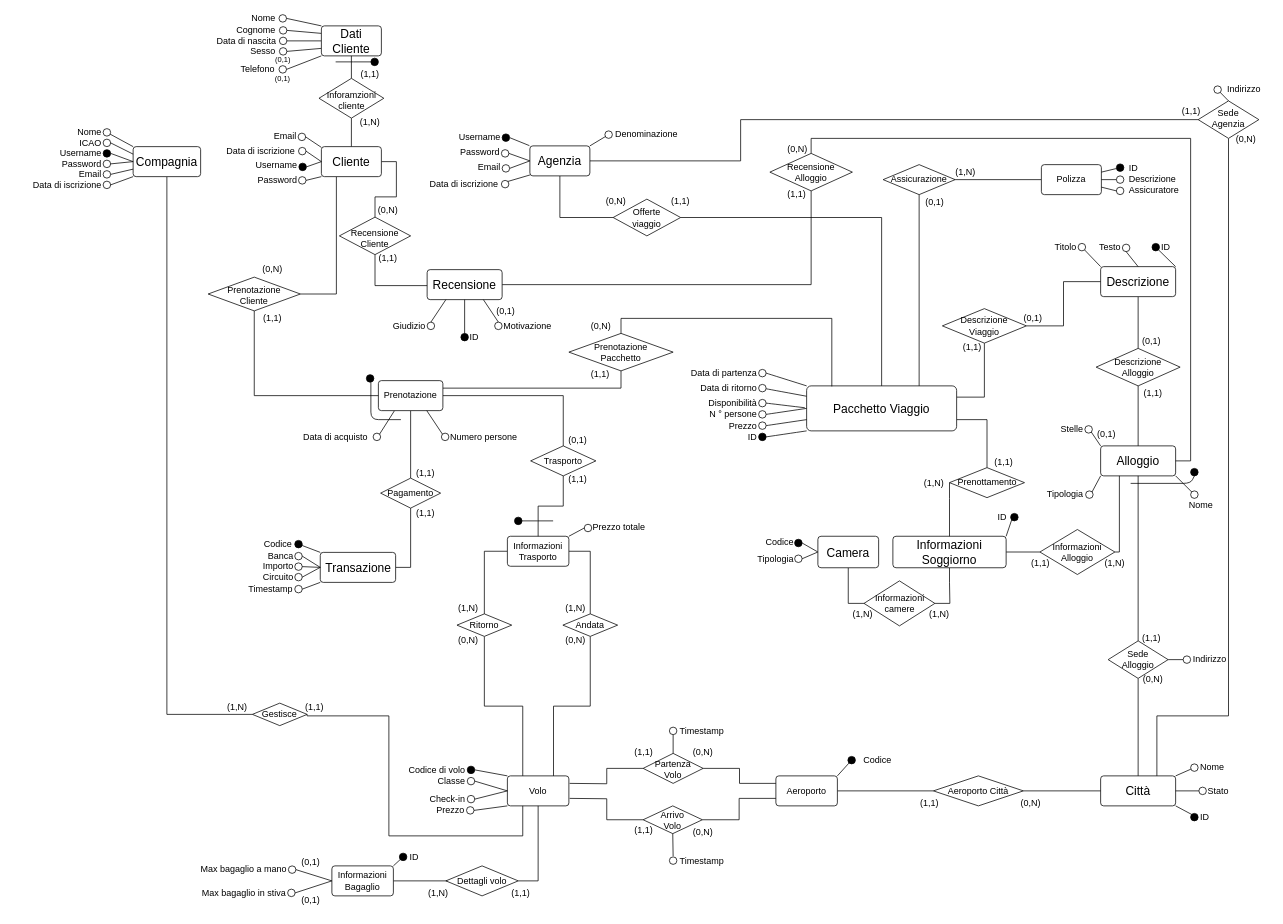
This is page "ER - Logico" (2 of 3) of E-R/E-R.drawio from bustre/Easy-travel, a draw.io file, before an edit. Source tidied: cells renumbered, new cells numbered last; positions are measured from the earlier drawing's top-left corner, leaving out a move shared by most shapes. Both pictures are drawn from the tidied source at 75%, with x=0, y=0 at pixel (13, 14).
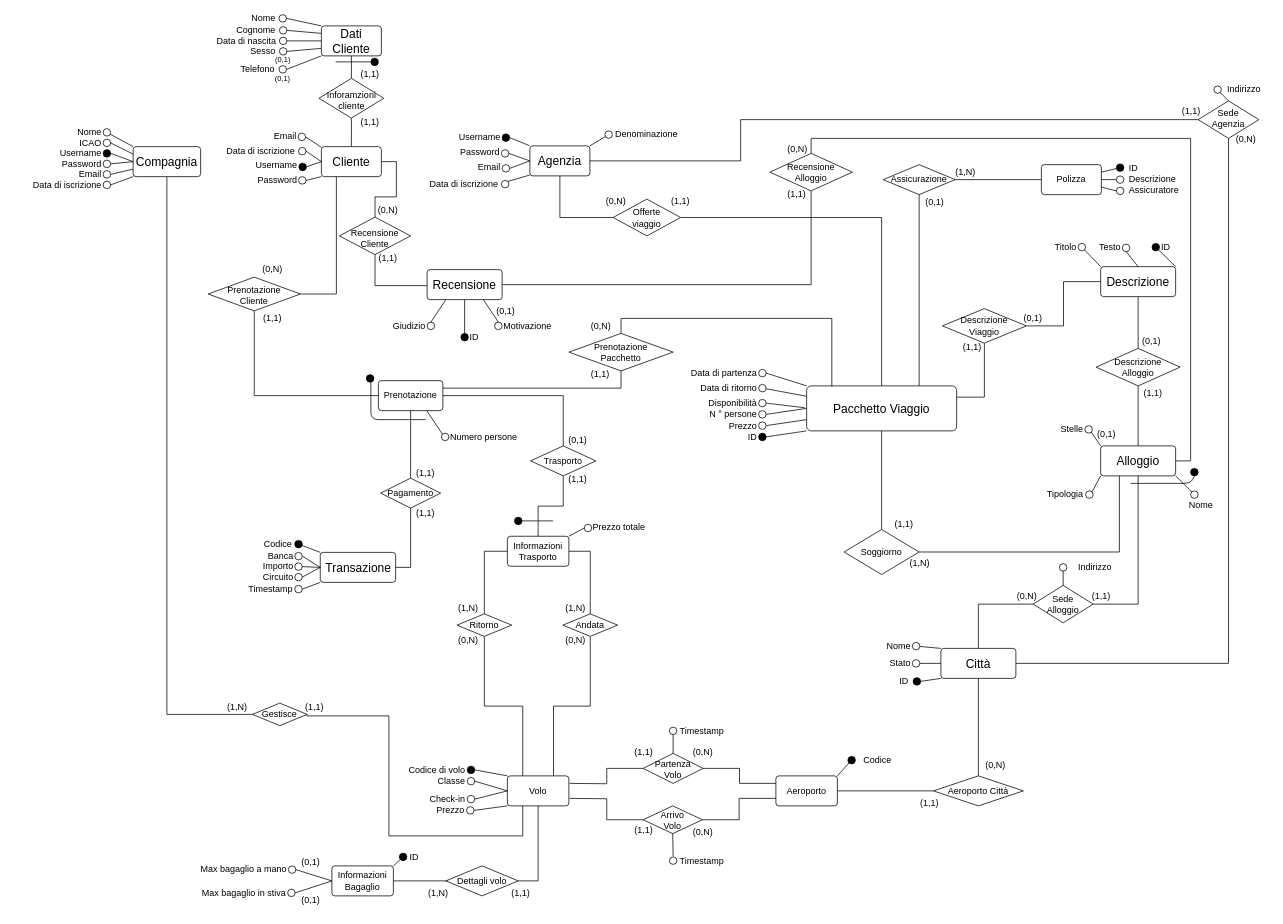
After the change.

Unchanged cells that the change refers to:
```xml
<mxCell id="5" value="Pacchetto Viaggio" style="rounded=1;arcSize=10;whiteSpace=wrap;align=center;fontSize=16;" parent="1" vertex="1">
  <mxGeometry x="1058" y="495" width="200" height="60" as="geometry" />
</mxCell>
<mxCell id="27" value="Alloggio" style="rounded=1;arcSize=10;whiteSpace=wrap;align=center;fontSize=16;" parent="1" vertex="1">
  <mxGeometry x="1450" y="575" width="100" height="40" as="geometry" />
</mxCell>
<mxCell id="83" value="Prenotazione" style="rounded=1;arcSize=10;whiteSpace=wrap;align=center;" parent="1" vertex="1">
  <mxGeometry x="487" y="488" width="86" height="40" as="geometry" />
</mxCell>
<mxCell id="111" value="Sede &#10;Agenzia" style="shape=rhombus;perimeter=rhombusPerimeter;whiteSpace=wrap;align=center;fontSize=12;spacingTop=-4;" parent="1" vertex="1">
  <mxGeometry x="1580" y="115" width="81" height="50" as="geometry" />
</mxCell>
<mxCell id="238" value="Aeroporto&amp;nbsp;Città" style="shape=rhombus;perimeter=rhombusPerimeter;whiteSpace=wrap;html=1;align=center;" parent="1" vertex="1">
  <mxGeometry x="1227" y="1015" width="120" height="40" as="geometry" />
</mxCell>
```

Diff of the diagram source:
```diff
@@
-    <mxCell id="4" style="edgeStyle=orthogonalEdgeStyle;rounded=0;jettySize=auto;exitX=1;exitY=0.75;exitDx=0;exitDy=0;endArrow=none;endFill=0;" parent="1" edge="1" source="5" target="210">
+    <mxCell id="4" style="edgeStyle=orthogonalEdgeStyle;rounded=0;jettySize=auto;exitX=0.5;exitY=1;exitDx=0;exitDy=0;endArrow=none;endFill=0;entryX=0.5;entryY=0;entryDx=0;entryDy=0;" parent="1" edge="1" source="5" target="214">
       <mxGeometry relative="1" as="geometry" />
     </mxCell>
@@
     <mxCell id="24" value="Città" style="rounded=1;arcSize=10;whiteSpace=wrap;align=center;fontSize=16;" parent="1" vertex="1">
-      <mxGeometry x="1450" y="1015" width="100" height="40" as="geometry" />
+      <mxGeometry x="1237" y="845" width="100" height="40" as="geometry" />
     </mxCell>
@@
-    <mxCell id="32" style="edgeStyle=orthogonalEdgeStyle;rounded=0;jettySize=auto;exitX=0.5;exitY=0;exitDx=0;exitDy=0;entryX=0.5;entryY=1;entryDx=0;entryDy=0;endArrow=none;endFill=0;" parent="1" edge="1" source="34" target="27">
+    <mxCell id="32" style="edgeStyle=orthogonalEdgeStyle;rounded=0;jettySize=auto;exitX=1;exitY=0.5;exitDx=0;exitDy=0;entryX=0.5;entryY=1;entryDx=0;entryDy=0;endArrow=none;endFill=0;" parent="1" edge="1" source="34" target="27">
       <mxGeometry relative="1" as="geometry" />
     </mxCell>
-    <mxCell id="33" style="edgeStyle=orthogonalEdgeStyle;rounded=0;jettySize=auto;exitX=0.5;exitY=1;exitDx=0;exitDy=0;endArrow=none;endFill=0;" parent="1" edge="1" source="34" target="24">
+    <mxCell id="33" style="edgeStyle=orthogonalEdgeStyle;rounded=0;jettySize=auto;exitX=0;exitY=0.5;exitDx=0;exitDy=0;endArrow=none;endFill=0;" parent="1" edge="1" source="34" target="24">
       <mxGeometry relative="1" as="geometry" />
     </mxCell>
     <mxCell id="34" value="Sede&#10;Alloggio" style="shape=rhombus;perimeter=rhombusPerimeter;whiteSpace=wrap;align=center;fontSize=12;" parent="1" vertex="1">
-      <mxGeometry x="1460" y="835" width="80" height="50" as="geometry" />
+      <mxGeometry x="1360" y="761" width="80" height="50" as="geometry" />
     </mxCell>
@@
-    <mxCell id="57" style="endArrow=none;rounded=0;exitX=1;exitY=0;exitDx=0;exitDy=0;entryX=0.25;entryY=1;entryDx=0;entryDy=0;" parent="1" edge="1" source="58" target="83">
-      <mxGeometry relative="1" as="geometry" />
-    </mxCell>
-    <mxCell id="58" style="ellipse;whiteSpace=wrap;fillColor=none;" parent="1" vertex="1">
-      <mxGeometry x="480" y="558" width="10" height="10" as="geometry" />
-    </mxCell>
-    <mxCell id="59" value="Data di acquisto" style="text;strokeColor=none;fillColor=none;align=left;verticalAlign=middle;whiteSpace=wrap;rounded=0;" parent="1" vertex="1">
-      <mxGeometry x="385.2" y="558" width="100" height="10" as="geometry" />
-    </mxCell>
@@
-    <mxCell id="110" style="edgeStyle=orthogonalEdgeStyle;rounded=0;jettySize=auto;exitX=0.5;exitY=1;exitDx=0;exitDy=0;entryX=0.75;entryY=0;entryDx=0;entryDy=0;endArrow=none;endFill=0;" parent="1" edge="1" source="111" target="24">
+    <mxCell id="110" style="edgeStyle=orthogonalEdgeStyle;rounded=0;jettySize=auto;exitX=0.5;exitY=1;exitDx=0;exitDy=0;entryX=1;entryY=0.5;entryDx=0;entryDy=0;endArrow=none;endFill=0;" parent="1" edge="1" source="111" target="24">
       <mxGeometry relative="1" as="geometry">
         <Array as="points">
-          <mxPoint x="1621" y="935" />
-          <mxPoint x="1525" y="935" />
+          <mxPoint x="1620" y="865" />
         </Array>
       </mxGeometry>
     </mxCell>
@@
     <mxCell id="126" value="(1,1)" style="text;strokeColor=none;fillColor=none;align=center;verticalAlign=middle;whiteSpace=wrap;rounded=0;" parent="1" vertex="1">
-      <mxGeometry x="1488" y="817" width="60" height="30" as="geometry" />
+      <mxGeometry x="1421" y="761" width="60" height="30" as="geometry" />
     </mxCell>
     <mxCell id="127" value="(0,N)" style="text;strokeColor=none;fillColor=none;align=center;verticalAlign=middle;whiteSpace=wrap;rounded=0;" parent="1" vertex="1">
-      <mxGeometry x="1490" y="871" width="60" height="30" as="geometry" />
+      <mxGeometry x="1322" y="761" width="60" height="30" as="geometry" />
     </mxCell>
@@
-    <mxCell id="165" style="endArrow=none;rounded=0;exitX=1;exitY=0;exitDx=0;exitDy=0;" parent="1" edge="1" source="24" target="166">
+    <mxCell id="165" style="endArrow=none;rounded=0;exitX=0;exitY=0;exitDx=0;exitDy=0;" parent="1" edge="1" source="24" target="166">
       <mxGeometry relative="1" as="geometry" />
     </mxCell>
     <mxCell id="166" style="ellipse;whiteSpace=wrap;" parent="1" vertex="1">
-      <mxGeometry x="1570" y="999" width="10" height="10" as="geometry" />
+      <mxGeometry x="1199" y="837" width="10" height="10" as="geometry" />
     </mxCell>
     <mxCell id="167" style="ellipse;whiteSpace=wrap;" parent="1" vertex="1">
-      <mxGeometry x="1581" y="1030" width="10" height="10" as="geometry" />
+      <mxGeometry x="1199" y="860" width="10" height="10" as="geometry" />
     </mxCell>
     <mxCell id="168" style="ellipse;whiteSpace=wrap;fillColor=#000000;" parent="1" vertex="1">
-      <mxGeometry x="1570" y="1065" width="10" height="10" as="geometry" />
+      <mxGeometry x="1200" y="884" width="10" height="10" as="geometry" />
     </mxCell>
-    <mxCell id="169" value="ID" style="text;strokeColor=none;fillColor=none;align=left;verticalAlign=middle;whiteSpace=wrap;rounded=0;" parent="1" vertex="1">
-      <mxGeometry x="1581" y="1065" width="50" height="10" as="geometry" />
+    <mxCell id="169" value="ID" style="text;strokeColor=none;fillColor=none;align=right;verticalAlign=middle;whiteSpace=wrap;rounded=0;" parent="1" vertex="1">
+      <mxGeometry x="1146" y="884" width="50" height="10" as="geometry" />
     </mxCell>
-    <mxCell id="170" value="Stato" style="text;strokeColor=none;fillColor=none;align=left;verticalAlign=middle;whiteSpace=wrap;rounded=0;" parent="1" vertex="1">
-      <mxGeometry x="1591" y="1030" width="50" height="10" as="geometry" />
+    <mxCell id="170" value="Stato" style="text;strokeColor=none;fillColor=none;align=right;verticalAlign=middle;whiteSpace=wrap;rounded=0;" parent="1" vertex="1">
+      <mxGeometry x="1149" y="860" width="50" height="10" as="geometry" />
     </mxCell>
-    <mxCell id="171" value="Nome" style="text;strokeColor=none;fillColor=none;align=left;verticalAlign=middle;whiteSpace=wrap;rounded=0;" parent="1" vertex="1">
-      <mxGeometry x="1581" y="999" width="50" height="10" as="geometry" />
+    <mxCell id="171" value="Nome" style="text;strokeColor=none;fillColor=none;align=right;verticalAlign=middle;whiteSpace=wrap;rounded=0;" parent="1" vertex="1">
+      <mxGeometry x="1149" y="837" width="50" height="10" as="geometry" />
     </mxCell>
-    <mxCell id="172" style="endArrow=none;rounded=0;exitX=1;exitY=1;exitDx=0;exitDy=0;entryX=0;entryY=0;entryDx=0;entryDy=0;" parent="1" edge="1" source="24" target="168">
+    <mxCell id="172" style="endArrow=none;rounded=0;exitX=0;exitY=1;exitDx=0;exitDy=0;entryX=1;entryY=0.5;entryDx=0;entryDy=0;" parent="1" edge="1" source="24" target="168">
       <mxGeometry relative="1" as="geometry" />
     </mxCell>
-    <mxCell id="173" style="endArrow=none;rounded=0;exitX=1;exitY=0.5;exitDx=0;exitDy=0;entryX=0;entryY=0.5;entryDx=0;entryDy=0;" parent="1" edge="1" source="24" target="167">
+    <mxCell id="173" style="endArrow=none;rounded=0;exitX=0;exitY=0.5;exitDx=0;exitDy=0;entryX=1;entryY=0.5;entryDx=0;entryDy=0;" parent="1" edge="1" source="24" target="167">
       <mxGeometry relative="1" as="geometry" />
     </mxCell>
@@
     <mxCell id="181" style="ellipse;whiteSpace=wrap;fillColor=none;" parent="1" vertex="1">
-      <mxGeometry x="1560" y="855" width="10" height="10" as="geometry" />
+      <mxGeometry x="1395" y="732" width="10" height="10" as="geometry" />
     </mxCell>
     <mxCell id="182" value="Indirizzo" style="text;strokeColor=none;fillColor=none;align=right;verticalAlign=middle;whiteSpace=wrap;rounded=0;" parent="1" vertex="1">
-      <mxGeometry x="1560" y="852" width="60" height="16" as="geometry" />
+      <mxGeometry x="1407" y="729" width="60" height="16" as="geometry" />
     </mxCell>
-    <mxCell id="183" style="endArrow=none;rounded=0;entryX=1;entryY=0.5;entryDx=0;entryDy=0;exitX=0;exitY=0.5;exitDx=0;exitDy=0;" parent="1" edge="1" source="182" target="34">
+    <mxCell id="183" style="endArrow=none;rounded=0;entryX=0.5;entryY=0;entryDx=0;entryDy=0;exitX=0.5;exitY=1;exitDx=0;exitDy=0;" parent="1" edge="1" source="181" target="34">
       <mxGeometry relative="1" as="geometry" />
     </mxCell>
-    <mxCell id="184" value="Codice" style="text;strokeColor=none;fillColor=none;align=right;verticalAlign=middle;whiteSpace=wrap;rounded=0;" parent="1" vertex="1">
-      <mxGeometry x="983" y="695.5" width="60" height="16" as="geometry" />
-    </mxCell>
@@
-    <mxCell id="194" style="ellipse;whiteSpace=wrap;fillColor=#000000;" parent="1" vertex="1">
-      <mxGeometry x="1042" y="699.5" width="10" height="10" as="geometry" />
-    </mxCell>
-    <mxCell id="195" value="Tipologia" style="text;strokeColor=none;fillColor=none;align=right;verticalAlign=middle;whiteSpace=wrap;rounded=0;" parent="1" vertex="1">
-      <mxGeometry x="983" y="717.5" width="60" height="16" as="geometry" />
-    </mxCell>
@@
-    <mxCell id="200" style="rounded=0;jettySize=auto;entryX=1;entryY=0.5;entryDx=0;entryDy=0;endArrow=none;endFill=0;exitX=0;exitY=0.5;exitDx=0;exitDy=0;" parent="1" edge="1" source="203" target="194">
-      <mxGeometry relative="1" as="geometry" />
-    </mxCell>
-    <mxCell id="201" style="rounded=0;jettySize=auto;exitX=0;exitY=0.5;exitDx=0;exitDy=0;entryX=1;entryY=0.5;entryDx=0;entryDy=0;endArrow=none;endFill=0;" parent="1" edge="1" source="203" target="204">
-      <mxGeometry relative="1" as="geometry" />
-    </mxCell>
-    <mxCell id="202" style="edgeStyle=orthogonalEdgeStyle;rounded=0;jettySize=auto;exitX=0.5;exitY=1;exitDx=0;exitDy=0;entryX=0;entryY=0.5;entryDx=0;entryDy=0;endArrow=none;endFill=0;" parent="1" edge="1" source="203" target="212">
-      <mxGeometry relative="1" as="geometry" />
-    </mxCell>
-    <mxCell id="203" value="Camera" style="rounded=1;arcSize=10;whiteSpace=wrap;align=center;fontSize=16;" parent="1" vertex="1">
-      <mxGeometry x="1073" y="695.5" width="81" height="42" as="geometry" />
-    </mxCell>
-    <mxCell id="204" style="ellipse;whiteSpace=wrap;fillColor=none;" parent="1" vertex="1">
-      <mxGeometry x="1042" y="720.5" width="10" height="10" as="geometry" />
-    </mxCell>
-    <mxCell id="205" style="edgeStyle=orthogonalEdgeStyle;rounded=0;jettySize=auto;exitX=1;exitY=0.5;exitDx=0;exitDy=0;entryX=0;entryY=0.5;entryDx=0;entryDy=0;endArrow=none;endFill=0;" parent="1" edge="1" source="208" target="214">
-      <mxGeometry relative="1" as="geometry" />
-    </mxCell>
-    <mxCell id="206" style="edgeStyle=orthogonalEdgeStyle;rounded=0;jettySize=auto;html=1;exitX=0.5;exitY=1;exitDx=0;exitDy=0;entryX=1;entryY=0.5;entryDx=0;entryDy=0;endArrow=none;endFill=0;" parent="1" edge="1" source="208" target="212">
-      <mxGeometry relative="1" as="geometry" />
-    </mxCell>
-    <mxCell id="207" style="rounded=0;jettySize=auto;html=1;exitX=1;exitY=0;exitDx=0;exitDy=0;entryX=0;entryY=1;entryDx=0;entryDy=0;endArrow=none;endFill=0;" parent="1" edge="1" source="208" target="221">
-      <mxGeometry relative="1" as="geometry" />
-    </mxCell>
-    <mxCell id="208" value="Informazioni&#10;Soggiorno" style="rounded=1;arcSize=10;whiteSpace=wrap;align=center;fontSize=16;" parent="1" vertex="1">
-      <mxGeometry x="1173" y="695.5" width="151" height="42" as="geometry" />
-    </mxCell>
-    <mxCell id="209" style="edgeStyle=orthogonalEdgeStyle;rounded=0;jettySize=auto;exitX=0;exitY=0.5;exitDx=0;exitDy=0;endArrow=none;endFill=0;" parent="1" edge="1" source="210" target="208">
-      <mxGeometry relative="1" as="geometry">
-        <Array as="points">
-          <mxPoint x="1249" y="645" />
-          <mxPoint x="1249" y="645" />
-        </Array>
-      </mxGeometry>
-    </mxCell>
-    <mxCell id="210" value="Prenottamento" style="shape=rhombus;perimeter=rhombusPerimeter;whiteSpace=wrap;align=center;" parent="1" vertex="1">
-      <mxGeometry x="1248.5" y="604" width="100" height="40" as="geometry" />
-    </mxCell>
@@
-    <mxCell id="212" value="Informazioni&#10;camere" style="shape=rhombus;perimeter=rhombusPerimeter;whiteSpace=wrap;align=center;fontSize=12;" parent="1" vertex="1">
-      <mxGeometry x="1134.5" y="755" width="94.5" height="60" as="geometry" />
-    </mxCell>
@@
-    <mxCell id="214" value="Informazioni&#10;Alloggio" style="shape=rhombus;perimeter=rhombusPerimeter;whiteSpace=wrap;align=center;" parent="1" vertex="1">
-      <mxGeometry x="1369" y="686.5" width="100" height="60" as="geometry" />
+    <mxCell id="214" value="Soggiorno" style="shape=rhombus;perimeter=rhombusPerimeter;whiteSpace=wrap;align=center;" parent="1" vertex="1">
+      <mxGeometry x="1108" y="686.5" width="100" height="60" as="geometry" />
     </mxCell>
-    <mxCell id="215" value="(1,N)" style="text;strokeColor=none;fillColor=none;align=center;verticalAlign=middle;whiteSpace=wrap;rounded=0;fontSize=12;fontColor=default;" parent="1" vertex="1">
-      <mxGeometry x="1214" y="793" width="42" height="14" as="geometry" />
-    </mxCell>
-    <mxCell id="216" value="(1,N)" style="text;strokeColor=none;fillColor=none;align=center;verticalAlign=middle;whiteSpace=wrap;rounded=0;fontSize=12;fontColor=default;" parent="1" vertex="1">
-      <mxGeometry x="1112" y="792.5" width="42" height="14" as="geometry" />
-    </mxCell>
     <mxCell id="217" value="(1,1)" style="text;strokeColor=none;fillColor=none;align=center;verticalAlign=middle;whiteSpace=wrap;rounded=0;fontSize=12;fontColor=#000000;" parent="1" vertex="1">
-      <mxGeometry x="1349" y="723.5" width="42" height="14" as="geometry" />
+      <mxGeometry x="1167" y="672.5" width="42" height="14" as="geometry" />
     </mxCell>
     <mxCell id="218" value="(1,N)" style="text;strokeColor=none;fillColor=none;align=center;verticalAlign=middle;whiteSpace=wrap;rounded=0;fontSize=12;fontColor=default;" parent="1" vertex="1">
-      <mxGeometry x="1448" y="725" width="42" height="14" as="geometry" />
+      <mxGeometry x="1188" y="725" width="42" height="14" as="geometry" />
     </mxCell>
-    <mxCell id="219" value="(1,N)" style="text;strokeColor=none;fillColor=none;align=center;verticalAlign=middle;whiteSpace=wrap;rounded=0;fontSize=12;fontColor=#000000;" parent="1" vertex="1">
-      <mxGeometry x="1206.5" y="618" width="42" height="14" as="geometry" />
-    </mxCell>
-    <mxCell id="220" value="(1,1)" style="text;strokeColor=none;fillColor=none;align=center;verticalAlign=middle;whiteSpace=wrap;rounded=0;fontSize=12;fontColor=#000000;" parent="1" vertex="1">
-      <mxGeometry x="1300" y="590" width="42" height="14" as="geometry" />
-    </mxCell>
-    <mxCell id="221" style="ellipse;whiteSpace=wrap;fillColor=#000000;" parent="1" vertex="1">
-      <mxGeometry x="1330" y="665" width="10" height="10" as="geometry" />
-    </mxCell>
     <mxCell id="222" style="endArrow=none;rounded=1;" parent="1" edge="1">
       <mxGeometry relative="1" as="geometry">
-        <mxPoint x="517" y="540" as="sourcePoint" />
+        <mxPoint x="550" y="540" as="sourcePoint" />
         <mxPoint x="477" y="490" as="targetPoint" />
         <Array as="points">
           <mxPoint x="477" y="540" />
         </Array>
       </mxGeometry>
     </mxCell>
@@
-    <mxCell id="237" style="edgeStyle=orthogonalEdgeStyle;rounded=0;jettySize=auto;html=1;exitX=1;exitY=0.5;exitDx=0;exitDy=0;entryX=0;entryY=0.5;entryDx=0;entryDy=0;endArrow=none;endFill=0;" parent="1" edge="1" source="238" target="24">
+    <mxCell id="237" style="edgeStyle=orthogonalEdgeStyle;rounded=0;jettySize=auto;html=1;exitX=0.5;exitY=0;exitDx=0;exitDy=0;entryX=0.5;entryY=1;entryDx=0;entryDy=0;endArrow=none;endFill=0;" parent="1" edge="1" source="238" target="24">
       <mxGeometry relative="1" as="geometry" />
     </mxCell>
@@
     <mxCell id="302" value="(0,N)" style="text;strokeColor=none;fillColor=none;align=center;verticalAlign=middle;whiteSpace=wrap;rounded=0;fontSize=12;" parent="1" vertex="1">
-      <mxGeometry x="1327" y="1036" width="60" height="30" as="geometry" />
+      <mxGeometry x="1280" y="986" width="60" height="30" as="geometry" />
     </mxCell>
@@
-    <mxCell id="348" value="(1,N)" style="text;strokeColor=none;fillColor=none;align=center;verticalAlign=middle;whiteSpace=wrap;rounded=0;" parent="1" vertex="1">
+    <mxCell id="348" value="(1,1)" style="text;strokeColor=none;fillColor=none;align=center;verticalAlign=middle;whiteSpace=wrap;rounded=0;" parent="1" vertex="1">
       <mxGeometry x="446" y="129" width="60" height="30" as="geometry" />
     </mxCell>
@@
-    <mxCell id="352" value="ID" style="text;strokeColor=none;fillColor=none;align=center;verticalAlign=middle;whiteSpace=wrap;rounded=0;fontSize=12;fontColor=#000000;" parent="1" vertex="1">
-      <mxGeometry x="1298" y="663" width="42" height="14" as="geometry" />
-    </mxCell>
```
